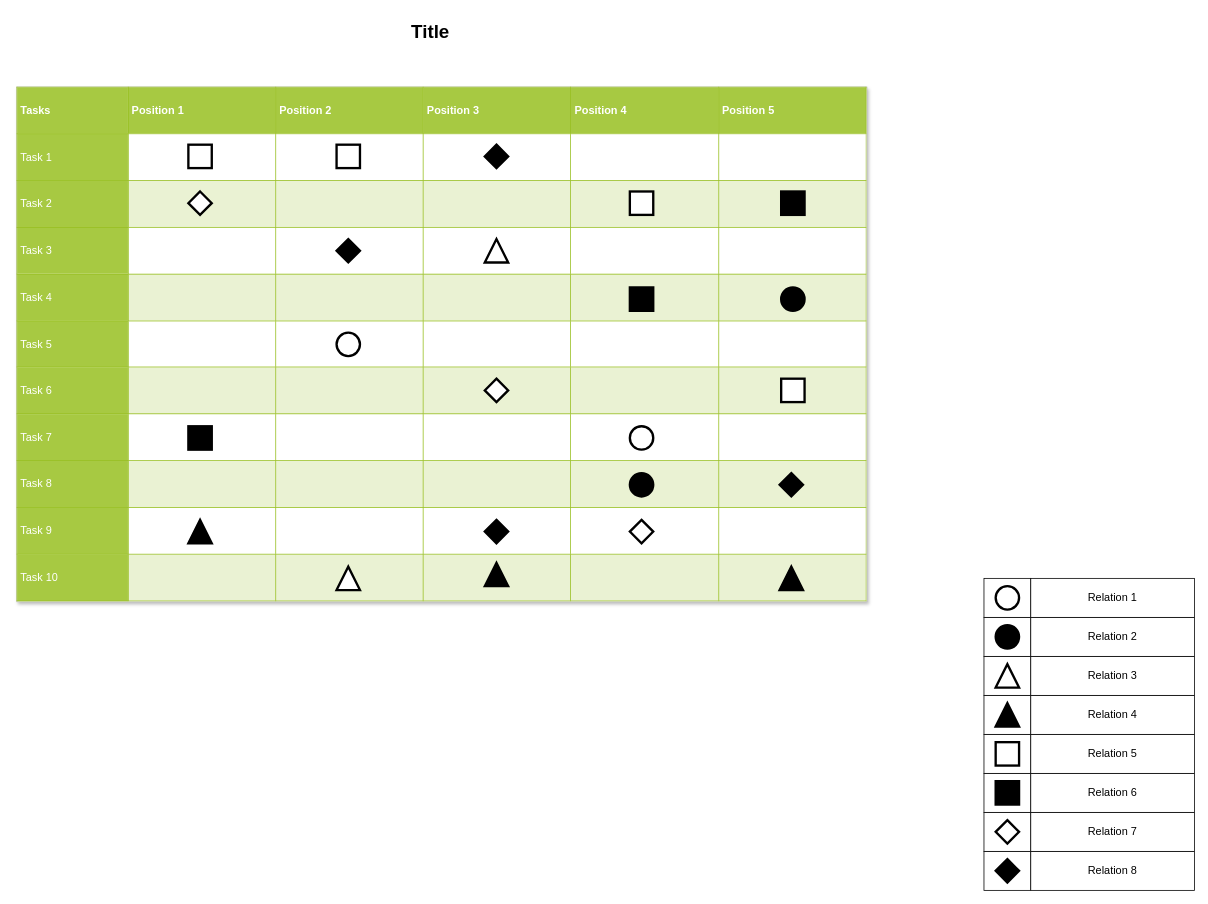
IanFla/Two-Stage keeps this draw.io diagram as niscv/figures/normal/Untitled Diagram.drawio. Above is the earlier version. Source tidied: cells renumbered, new cells numbered last; positions are measured from the earlier drawing's top-left corner, leaving out a move shared by most shapes. Both pictures are drawn from the tidied source at 78%, with x=0, y=0 at pixel (16, 16).
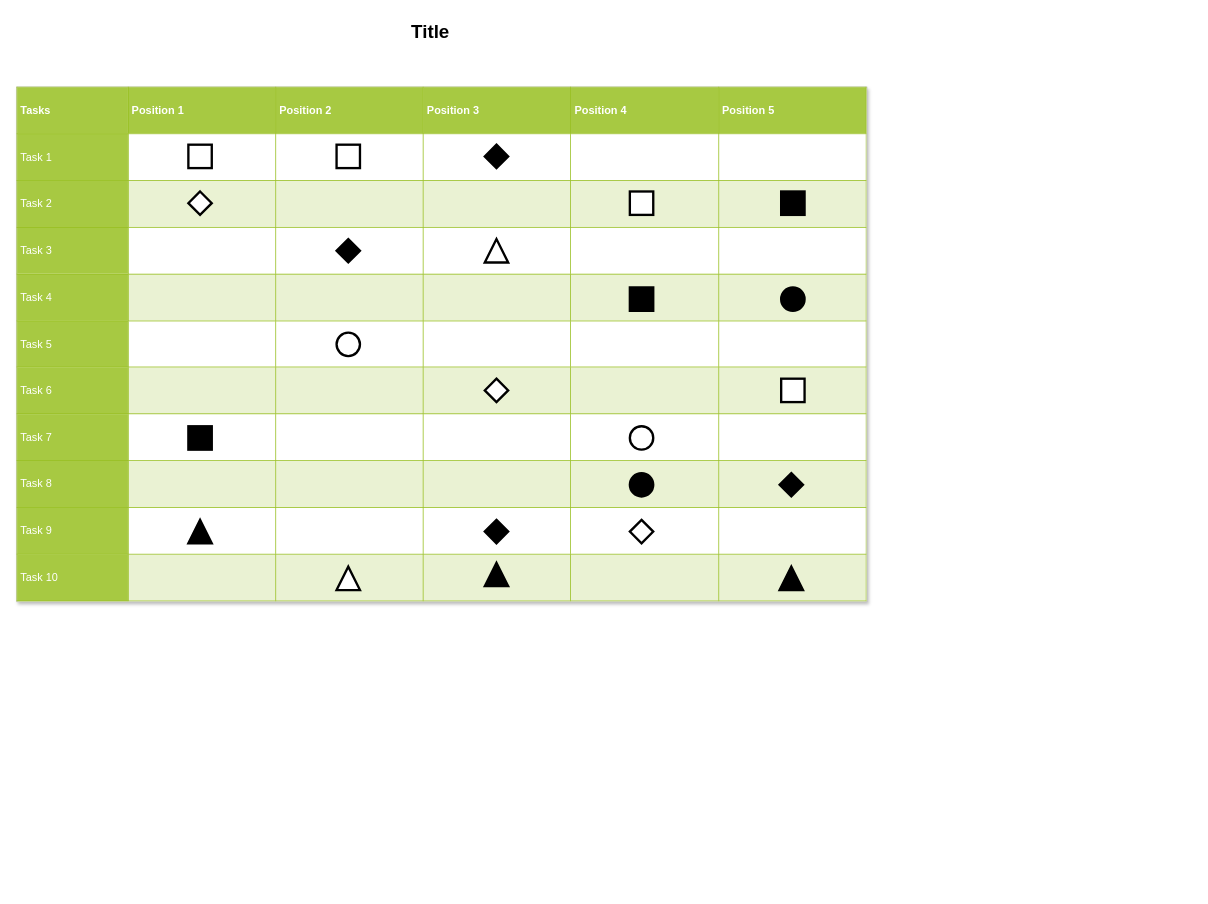
The same diagram, later.

The edit, as a diff of the source:
```diff
@@
-    <mxCell id="2" style="whiteSpace=wrap;html=1;rounded=0;shadow=0;strokeWidth=1;fontSize=14;" parent="1" vertex="1">
-      <mxGeometry x="1240" y="1070" width="60" height="50" as="geometry" />
-    </mxCell>
-    <mxCell id="3" value="Relation 8" style="whiteSpace=wrap;html=1;rounded=0;shadow=0;strokeWidth=1;fontSize=14;" parent="1" vertex="1">
-      <mxGeometry x="1300" y="1070" width="210" height="50" as="geometry" />
-    </mxCell>
-    <mxCell id="4" style="rhombus;whiteSpace=wrap;html=1;rounded=0;shadow=0;strokeWidth=3;fillColor=#000000;fontSize=14;" parent="1" vertex="1">
-      <mxGeometry x="1255" y="1080" width="30" height="30" as="geometry" />
-    </mxCell>
-    <mxCell id="5" style="whiteSpace=wrap;html=1;rounded=0;shadow=0;strokeWidth=1;fontSize=14;" parent="1" vertex="1">
-      <mxGeometry x="1240" y="1020" width="60" height="50" as="geometry" />
-    </mxCell>
-    <mxCell id="6" value="Relation 7" style="whiteSpace=wrap;html=1;rounded=0;shadow=0;strokeWidth=1;fontSize=14;" parent="1" vertex="1">
-      <mxGeometry x="1300" y="1020" width="210" height="50" as="geometry" />
-    </mxCell>
-    <mxCell id="7" style="whiteSpace=wrap;html=1;rounded=0;shadow=0;strokeWidth=1;fontSize=14;" parent="1" vertex="1">
-      <mxGeometry x="1240" y="970" width="60" height="50" as="geometry" />
-    </mxCell>
-    <mxCell id="8" value="Relation 6" style="whiteSpace=wrap;html=1;rounded=0;shadow=0;strokeWidth=1;fontSize=14;" parent="1" vertex="1">
-      <mxGeometry x="1300" y="970" width="210" height="50" as="geometry" />
-    </mxCell>
-    <mxCell id="9" style="whiteSpace=wrap;html=1;rounded=0;shadow=0;strokeWidth=1;fontSize=14;" parent="1" vertex="1">
-      <mxGeometry x="1240" y="920" width="60" height="50" as="geometry" />
-    </mxCell>
-    <mxCell id="10" value="Relation 5" style="whiteSpace=wrap;html=1;rounded=0;shadow=0;strokeWidth=1;fontSize=14;" parent="1" vertex="1">
-      <mxGeometry x="1300" y="920" width="210" height="50" as="geometry" />
-    </mxCell>
-    <mxCell id="11" style="whiteSpace=wrap;html=1;rounded=0;shadow=0;strokeWidth=1;fontSize=14;" parent="1" vertex="1">
-      <mxGeometry x="1240" y="870" width="60" height="50" as="geometry" />
-    </mxCell>
-    <mxCell id="12" value="Relation 4" style="whiteSpace=wrap;html=1;rounded=0;shadow=0;strokeWidth=1;fontSize=14;" parent="1" vertex="1">
-      <mxGeometry x="1300" y="870" width="210" height="50" as="geometry" />
-    </mxCell>
-    <mxCell id="13" style="whiteSpace=wrap;html=1;rounded=0;shadow=0;strokeWidth=1;fontSize=14;" parent="1" vertex="1">
-      <mxGeometry x="1240" y="820" width="60" height="50" as="geometry" />
-    </mxCell>
-    <mxCell id="14" value="Relation 3" style="whiteSpace=wrap;html=1;rounded=0;shadow=0;strokeWidth=1;fontSize=14;" parent="1" vertex="1">
-      <mxGeometry x="1300" y="820" width="210" height="50" as="geometry" />
-    </mxCell>
-    <mxCell id="15" style="whiteSpace=wrap;html=1;rounded=0;shadow=0;strokeWidth=1;fontSize=14;" parent="1" vertex="1">
-      <mxGeometry x="1240" y="770" width="60" height="50" as="geometry" />
-    </mxCell>
-    <mxCell id="16" value="Relation 2" style="whiteSpace=wrap;html=1;rounded=0;shadow=0;strokeWidth=1;fontSize=14;" parent="1" vertex="1">
-      <mxGeometry x="1300" y="770" width="210" height="50" as="geometry" />
-    </mxCell>
-    <mxCell id="17" style="whiteSpace=wrap;html=1;rounded=0;shadow=0;strokeWidth=1;fontSize=14;" parent="1" vertex="1">
-      <mxGeometry x="1240" y="720" width="60" height="50" as="geometry" />
-    </mxCell>
-    <mxCell id="18" value="Relation 1" style="whiteSpace=wrap;html=1;rounded=0;shadow=0;strokeWidth=1;fontSize=14;" parent="1" vertex="1">
-      <mxGeometry x="1300" y="720" width="210" height="50" as="geometry" />
-    </mxCell>
-    <mxCell id="19" value="&lt;table border=&quot;1&quot; width=&quot;100%&quot; cellpadding=&quot;4&quot; style=&quot;width: 100% ; height: 100% ; border-collapse: collapse&quot;&gt;&lt;tbody&gt;&lt;tr style=&quot;background-color: #a7c942 ; color: #ffffff ; border: 1px solid #98bf21&quot;&gt;&lt;th&gt;Tasks&lt;/th&gt;&lt;th&gt;Position 1&lt;/th&gt;&lt;th&gt;Position 2&lt;/th&gt;&lt;th&gt;Position 3&lt;/th&gt;&lt;th&gt;Position 4&lt;/th&gt;&lt;th&gt;Position 5&lt;/th&gt;&lt;/tr&gt;&lt;tr style=&quot;border: 1px solid #98bf21&quot;&gt;&lt;td style=&quot;background-color: #a7c942 ; color: #ffffff ; border: 1px solid #98bf21&quot;&gt;Task 1&lt;/td&gt;&lt;td&gt;&lt;/td&gt;&lt;td&gt;&lt;/td&gt;&lt;td&gt;&lt;br&gt;&lt;/td&gt;&lt;td&gt;&lt;br&gt;&lt;/td&gt;&lt;td&gt;&lt;br&gt;&lt;/td&gt;&lt;/tr&gt;&lt;tr style=&quot;background-color: #eaf2d3 ; border: 1px solid #98bf21&quot;&gt;&lt;td style=&quot;background-color: #a7c942 ; color: #ffffff ; border: 1px solid #98bf21&quot;&gt;Task 2&lt;/td&gt;&lt;td&gt;&lt;/td&gt;&lt;td&gt;&lt;/td&gt;&lt;td&gt;&lt;br&gt;&lt;/td&gt;&lt;td&gt;&lt;br&gt;&lt;/td&gt;&lt;td&gt;&lt;br&gt;&lt;/td&gt;&lt;/tr&gt;&lt;tr style=&quot;border: 1px solid #98bf21&quot;&gt;&lt;td style=&quot;background-color: #a7c942 ; color: #ffffff ; border: 1px solid #98bf21&quot;&gt;Task 3&lt;/td&gt;&lt;td&gt;&lt;/td&gt;&lt;td&gt;&lt;/td&gt;&lt;td&gt;&lt;br&gt;&lt;/td&gt;&lt;td&gt;&lt;br&gt;&lt;/td&gt;&lt;td&gt;&lt;br&gt;&lt;/td&gt;&lt;/tr&gt;&lt;tr style=&quot;background-color: #eaf2d3 ; border: 1px solid #98bf21&quot;&gt;&lt;td style=&quot;background-color: #a7c942 ; color: #ffffff ; border: 1px solid #98bf21&quot;&gt;Task 4&lt;/td&gt;&lt;td&gt;&lt;/td&gt;&lt;td&gt;&lt;/td&gt;&lt;td&gt;&lt;br&gt;&lt;/td&gt;&lt;td&gt;&lt;br&gt;&lt;/td&gt;&lt;td&gt;&lt;br&gt;&lt;/td&gt;&lt;/tr&gt;&lt;tr style=&quot;border: 1px solid #98bf21&quot;&gt;&lt;td style=&quot;background-color: #a7c942 ; color: #ffffff ; border: 1px solid #98bf21&quot;&gt;Task 5&lt;br&gt;&lt;/td&gt;&lt;td&gt;&lt;br&gt;&lt;/td&gt;&lt;td&gt;&lt;br&gt;&lt;/td&gt;&lt;td&gt;&lt;br&gt;&lt;/td&gt;&lt;td&gt;&lt;br&gt;&lt;/td&gt;&lt;td&gt;&lt;br&gt;&lt;/td&gt;&lt;/tr&gt;&lt;tr style=&quot;background-color: #eaf2d3 ; border: 1px solid #98bf21&quot;&gt;&lt;td style=&quot;background-color: #a7c942 ; color: #ffffff ; border: 1px solid #98bf21&quot;&gt;Task 6&lt;br&gt;&lt;/td&gt;&lt;td&gt;&lt;br&gt;&lt;/td&gt;&lt;td&gt;&lt;br&gt;&lt;/td&gt;&lt;td&gt;&lt;br&gt;&lt;/td&gt;&lt;td&gt;&lt;br&gt;&lt;/td&gt;&lt;td&gt;&lt;br&gt;&lt;/td&gt;&lt;/tr&gt;&lt;tr style=&quot;border: 1px solid #98bf21&quot;&gt;&lt;td style=&quot;background-color: #a7c942 ; color: #ffffff ; border: 1px solid #98bf21&quot;&gt;Task 7&lt;br&gt;&lt;/td&gt;&lt;td&gt;&lt;br&gt;&lt;/td&gt;&lt;td&gt;&lt;br&gt;&lt;/td&gt;&lt;td&gt;&lt;br&gt;&lt;/td&gt;&lt;td&gt;&lt;br&gt;&lt;/td&gt;&lt;td&gt;&lt;br&gt;&lt;/td&gt;&lt;/tr&gt;&lt;tr style=&quot;background-color: #eaf2d3 ; border: 1px solid #98bf21&quot;&gt;&lt;td style=&quot;background-color: #a7c942 ; color: #ffffff ; border: 1px solid #98bf21&quot;&gt;Task 8&lt;br&gt;&lt;/td&gt;&lt;td&gt;&lt;br&gt;&lt;/td&gt;&lt;td&gt;&lt;br&gt;&lt;/td&gt;&lt;td&gt;&lt;br&gt;&lt;/td&gt;&lt;td&gt;&lt;br&gt;&lt;/td&gt;&lt;td&gt;&lt;br&gt;&lt;/td&gt;&lt;/tr&gt;&lt;tr style=&quot;border: 1px solid #98bf21&quot;&gt;&lt;td style=&quot;background-color: #a7c942 ; color: #ffffff ; border: 1px solid #98bf21&quot;&gt;Task 9&lt;br&gt;&lt;/td&gt;&lt;td&gt;&lt;br&gt;&lt;/td&gt;&lt;td&gt;&lt;br&gt;&lt;/td&gt;&lt;td&gt;&lt;br&gt;&lt;/td&gt;&lt;td&gt;&lt;br&gt;&lt;/td&gt;&lt;td&gt;&lt;br&gt;&lt;/td&gt;&lt;/tr&gt;&lt;tr style=&quot;background-color: #eaf2d3 ; border: 1px solid #98bf21&quot;&gt;&lt;td style=&quot;background-color: #a7c942 ; color: #ffffff ; border: 1px solid #98bf21&quot;&gt;Task 10&lt;br&gt;&lt;/td&gt;&lt;td&gt;&lt;br&gt;&lt;/td&gt;&lt;td&gt;&lt;br&gt;&lt;/td&gt;&lt;td&gt;&lt;br&gt;&lt;/td&gt;&lt;td&gt;&lt;br&gt;&lt;/td&gt;&lt;td&gt;&lt;br&gt;&lt;/td&gt;&lt;/tr&gt;&lt;/tbody&gt;&lt;/table&gt;" style="text;html=1;strokeColor=#c0c0c0;fillColor=#ffffff;overflow=fill;rounded=0;shadow=1;fontSize=14;fontColor=#000000;" parent="1" vertex="1">
+    <mxCell id="19" value="&lt;table border=&quot;1&quot; width=&quot;100%&quot; cellpadding=&quot;4&quot; style=&quot;width: 100% ; height: 100% ; border-collapse: collapse&quot;&gt;&lt;tbody&gt;&lt;tr style=&quot;background-color: #a7c942 ; color: #ffffff ; border: 1px solid #98bf21&quot;&gt;&lt;th&gt;Tasks&lt;/th&gt;&lt;th&gt;Position 1&lt;/th&gt;&lt;th&gt;Position 2&lt;/th&gt;&lt;th&gt;Position 3&lt;/th&gt;&lt;th&gt;Position 4&lt;/th&gt;&lt;th&gt;Position 5&lt;/th&gt;&lt;/tr&gt;&lt;tr style=&quot;border: 1px solid #98bf21&quot;&gt;&lt;td style=&quot;background-color: #a7c942 ; color: #ffffff ; border: 1px solid #98bf21&quot;&gt;Task 1&lt;/td&gt;&lt;td&gt;&lt;/td&gt;&lt;td&gt;&lt;/td&gt;&lt;td&gt;&lt;br&gt;&lt;/td&gt;&lt;td&gt;&lt;br&gt;&lt;/td&gt;&lt;td&gt;&lt;br&gt;&lt;/td&gt;&lt;/tr&gt;&lt;tr style=&quot;background-color: #eaf2d3 ; border: 1px solid #98bf21&quot;&gt;&lt;td style=&quot;background-color: #a7c942 ; color: #ffffff ; border: 1px solid #98bf21&quot;&gt;Task 2&lt;/td&gt;&lt;td&gt;&lt;/td&gt;&lt;td&gt;&lt;/td&gt;&lt;td&gt;&lt;br&gt;&lt;/td&gt;&lt;td&gt;&lt;br&gt;&lt;/td&gt;&lt;td&gt;&lt;br&gt;&lt;/td&gt;&lt;/tr&gt;&lt;tr style=&quot;border: 1px solid #98bf21&quot;&gt;&lt;td style=&quot;background-color: #a7c942 ; color: #ffffff ; border: 1px solid #98bf21&quot;&gt;Task 3&lt;/td&gt;&lt;td&gt;&lt;/td&gt;&lt;td&gt;&lt;/td&gt;&lt;td&gt;&lt;br&gt;&lt;/td&gt;&lt;td&gt;&lt;br&gt;&lt;/td&gt;&lt;td&gt;&lt;br&gt;&lt;/td&gt;&lt;/tr&gt;&lt;tr style=&quot;background-color: #eaf2d3 ; border: 1px solid #98bf21&quot;&gt;&lt;td style=&quot;background-color: #a7c942 ; color: #ffffff ; border: 1px solid #98bf21&quot;&gt;Task 4&lt;/td&gt;&lt;td&gt;&lt;/td&gt;&lt;td&gt;&lt;/td&gt;&lt;td&gt;&lt;br&gt;&lt;/td&gt;&lt;td&gt;&lt;br&gt;&lt;/td&gt;&lt;td&gt;&lt;br&gt;&lt;/td&gt;&lt;/tr&gt;&lt;tr style=&quot;border: 1px solid #98bf21&quot;&gt;&lt;td style=&quot;background-color: #a7c942 ; color: #ffffff ; border: 1px solid #98bf21&quot;&gt;Task 5&lt;br&gt;&lt;/td&gt;&lt;td&gt;&lt;br&gt;&lt;/td&gt;&lt;td&gt;&lt;br&gt;&lt;/td&gt;&lt;td&gt;&lt;br&gt;&lt;/td&gt;&lt;td&gt;&lt;br&gt;&lt;/td&gt;&lt;td&gt;&lt;br&gt;&lt;/td&gt;&lt;/tr&gt;&lt;tr style=&quot;background-color: #eaf2d3 ; border: 1px solid #98bf21&quot;&gt;&lt;td style=&quot;background-color: #a7c942 ; color: #ffffff ; border: 1px solid #98bf21&quot;&gt;Task 6&lt;br&gt;&lt;/td&gt;&lt;td&gt;&lt;br&gt;&lt;/td&gt;&lt;td&gt;&lt;br&gt;&lt;/td&gt;&lt;td&gt;&lt;br&gt;&lt;/td&gt;&lt;td&gt;&lt;br&gt;&lt;/td&gt;&lt;td&gt;&lt;br&gt;&lt;/td&gt;&lt;/tr&gt;&lt;tr style=&quot;border: 1px solid #98bf21&quot;&gt;&lt;td style=&quot;background-color: #a7c942 ; color: #ffffff ; border: 1px solid #98bf21&quot;&gt;Task 7&lt;br&gt;&lt;/td&gt;&lt;td&gt;&lt;br&gt;&lt;/td&gt;&lt;td&gt;&lt;br&gt;&lt;/td&gt;&lt;td&gt;&lt;br&gt;&lt;/td&gt;&lt;td&gt;&lt;br&gt;&lt;/td&gt;&lt;td&gt;&lt;br&gt;&lt;/td&gt;&lt;/tr&gt;&lt;tr style=&quot;background-color: #eaf2d3 ; border: 1px solid #98bf21&quot;&gt;&lt;td style=&quot;background-color: #a7c942 ; color: #ffffff ; border: 1px solid #98bf21&quot;&gt;Task 8&lt;br&gt;&lt;/td&gt;&lt;td&gt;&lt;br&gt;&lt;/td&gt;&lt;td&gt;&lt;br&gt;&lt;/td&gt;&lt;td&gt;&lt;br&gt;&lt;/td&gt;&lt;td&gt;&lt;br&gt;&lt;/td&gt;&lt;td&gt;&lt;br&gt;&lt;/td&gt;&lt;/tr&gt;&lt;tr style=&quot;border: 1px solid #98bf21&quot;&gt;&lt;td style=&quot;background-color: #a7c942 ; color: #ffffff ; border: 1px solid #98bf21&quot;&gt;Task 9&lt;br&gt;&lt;/td&gt;&lt;td&gt;&lt;br&gt;&lt;/td&gt;&lt;td&gt;&lt;br&gt;&lt;/td&gt;&lt;td&gt;&lt;br&gt;&lt;/td&gt;&lt;td&gt;&lt;br&gt;&lt;/td&gt;&lt;td&gt;&lt;br&gt;&lt;/td&gt;&lt;/tr&gt;&lt;tr style=&quot;background-color: #eaf2d3 ; border: 1px solid #98bf21&quot;&gt;&lt;td style=&quot;background-color: #a7c942 ; color: #ffffff ; border: 1px solid #98bf21&quot;&gt;Task 10&lt;/td&gt;&lt;td&gt;&lt;/td&gt;&lt;td&gt;&lt;/td&gt;&lt;td&gt;&lt;/td&gt;&lt;td&gt;&lt;br&gt;&lt;/td&gt;&lt;td&gt;&lt;br&gt;&lt;/td&gt;&lt;/tr&gt;&lt;/tbody&gt;&lt;/table&gt;" style="text;html=1;strokeColor=#c0c0c0;fillColor=#ffffff;overflow=fill;rounded=0;shadow=1;fontSize=14;fontColor=#000000;" parent="1" vertex="1">
       <mxGeometry y="90" width="1090" height="660" as="geometry" />
     </mxCell>
@@
-    <mxCell id="21" style="ellipse;whiteSpace=wrap;html=1;rounded=0;shadow=0;strokeWidth=3;fontSize=14;" parent="1" vertex="1">
-      <mxGeometry x="1255" y="730" width="30" height="30" as="geometry" />
-    </mxCell>
-    <mxCell id="22" style="ellipse;whiteSpace=wrap;html=1;rounded=0;shadow=0;strokeWidth=3;fontSize=14;fillColor=#000000;" parent="1" vertex="1">
-      <mxGeometry x="1255" y="780" width="30" height="30" as="geometry" />
-    </mxCell>
-    <mxCell id="23" style="triangle;whiteSpace=wrap;html=1;rounded=0;shadow=0;strokeWidth=3;fillColor=#000000;fontSize=14;direction=north;" parent="1" vertex="1">
-      <mxGeometry x="1255" y="880" width="30" height="30" as="geometry" />
-    </mxCell>
-    <mxCell id="24" style="triangle;whiteSpace=wrap;html=1;rounded=0;shadow=0;strokeWidth=3;fontSize=14;direction=north;" parent="1" vertex="1">
-      <mxGeometry x="1255" y="830" width="30" height="30" as="geometry" />
-    </mxCell>
-    <mxCell id="25" style="whiteSpace=wrap;html=1;rounded=0;shadow=0;strokeWidth=3;fontSize=14;" parent="1" vertex="1">
-      <mxGeometry x="1255" y="930" width="30" height="30" as="geometry" />
-    </mxCell>
-    <mxCell id="26" style="whiteSpace=wrap;html=1;rounded=0;shadow=0;strokeWidth=3;fillColor=#000000;fontSize=14;" parent="1" vertex="1">
-      <mxGeometry x="1255" y="980" width="30" height="30" as="geometry" />
-    </mxCell>
-    <mxCell id="27" style="rhombus;whiteSpace=wrap;html=1;rounded=0;shadow=0;strokeWidth=3;fontSize=14;" parent="1" vertex="1">
-      <mxGeometry x="1255" y="1030" width="30" height="30" as="geometry" />
-    </mxCell>
```
